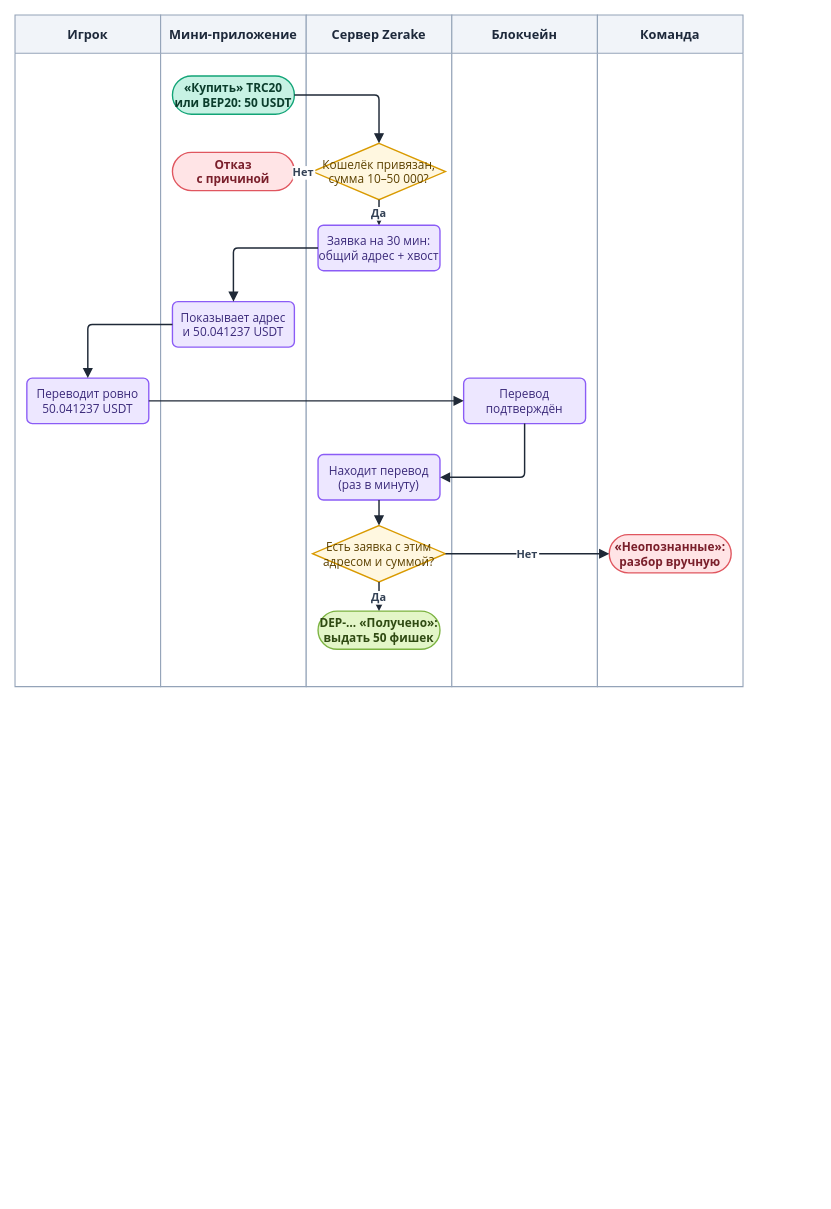
Before: diagrams/drawio/deposit-request.drawio in LILSUFFER/zerake-docs, a draw.io diagram. Source tidied: cells renumbered, new cells numbered last; positions are measured from the earlier drawing's top-left corner, leaving out a move shared by most shapes. Both pictures are drawn from the tidied source at 91%, with x=0, y=0 at pixel (15, 15).
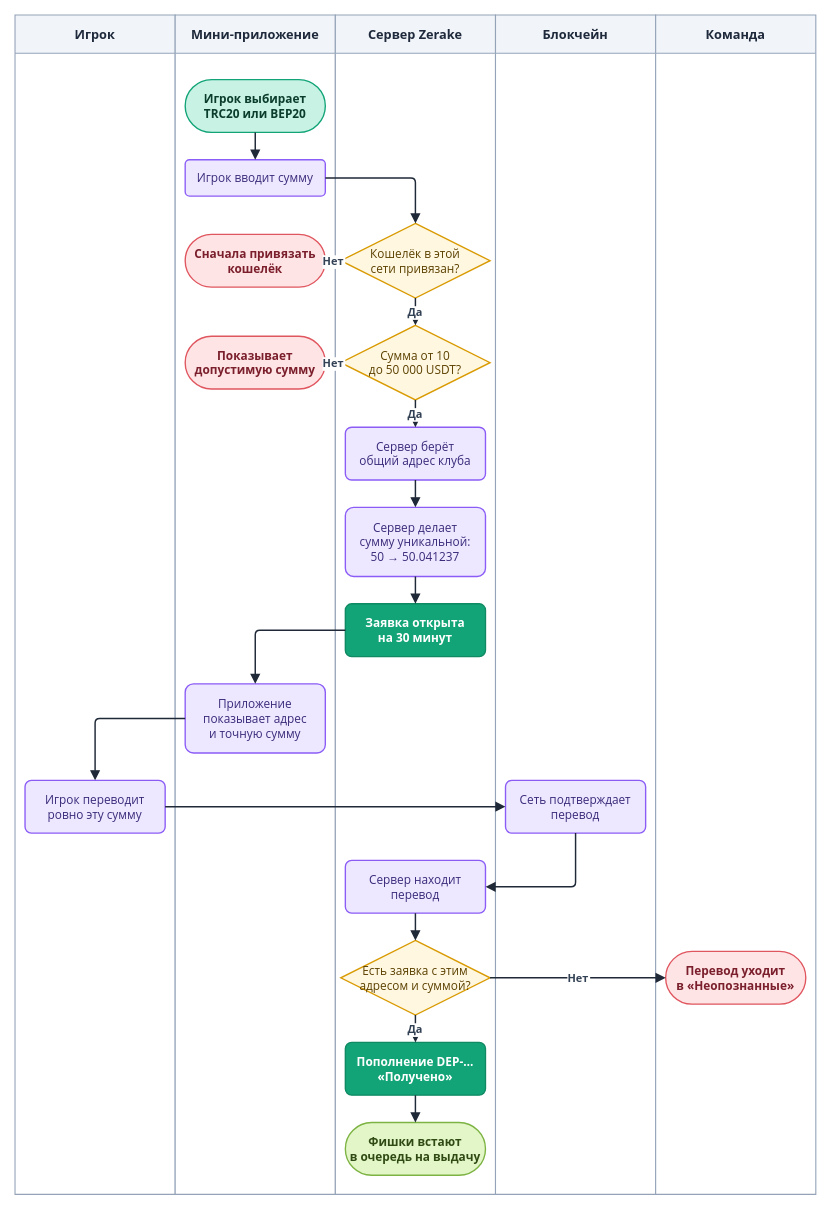
The same page after the edit.

What changed in the source:
```diff
@@
     <mxCell id="2" value="Игрок" style="swimlane;horizontal=1;startSize=42;fillColor=#F1F4F9;swimlaneFillColor=#FFFFFF;strokeColor=#94A3B8;fontColor=#1E293B;fontStyle=1;fontSize=14;fontFamily=Segoe UI;strokeWidth=1.2;" parent="1" vertex="1">
-      <mxGeometry width="160" height="738" as="geometry" />
+      <mxGeometry width="176" height="1296" as="geometry" />
     </mxCell>
     <mxCell id="3" value="Мини-приложение" style="swimlane;horizontal=1;startSize=42;fillColor=#F1F4F9;swimlaneFillColor=#FFFFFF;strokeColor=#94A3B8;fontColor=#1E293B;fontStyle=1;fontSize=14;fontFamily=Segoe UI;strokeWidth=1.2;" parent="1" vertex="1">
-      <mxGeometry x="160" width="160" height="738" as="geometry" />
+      <mxGeometry x="176" width="176" height="1296" as="geometry" />
     </mxCell>
     <mxCell id="4" value="Сервер Zerake" style="swimlane;horizontal=1;startSize=42;fillColor=#F1F4F9;swimlaneFillColor=#FFFFFF;strokeColor=#94A3B8;fontColor=#1E293B;fontStyle=1;fontSize=14;fontFamily=Segoe UI;strokeWidth=1.2;" parent="1" vertex="1">
-      <mxGeometry x="320" width="160" height="738" as="geometry" />
+      <mxGeometry x="352" width="176" height="1296" as="geometry" />
     </mxCell>
     <mxCell id="5" value="Блокчейн" style="swimlane;horizontal=1;startSize=42;fillColor=#F1F4F9;swimlaneFillColor=#FFFFFF;strokeColor=#94A3B8;fontColor=#1E293B;fontStyle=1;fontSize=14;fontFamily=Segoe UI;strokeWidth=1.2;" parent="1" vertex="1">
-      <mxGeometry x="480" width="160" height="738" as="geometry" />
+      <mxGeometry x="528" width="176" height="1296" as="geometry" />
     </mxCell>
     <mxCell id="6" value="Команда" style="swimlane;horizontal=1;startSize=42;fillColor=#F1F4F9;swimlaneFillColor=#FFFFFF;strokeColor=#94A3B8;fontColor=#1E293B;fontStyle=1;fontSize=14;fontFamily=Segoe UI;strokeWidth=1.2;" parent="1" vertex="1">
-      <mxGeometry x="640" width="160" height="738" as="geometry" />
+      <mxGeometry x="704" width="176" height="1296" as="geometry" />
     </mxCell>
-    <mxCell id="7" value="«Купить» TRC20&#10;или BEP20: 50 USDT" style="rounded=1;arcSize=50;html=0;fontStyle=1;fillColor=#C7F2E4;strokeColor=#12A477;fontColor=#0B3D2C;fontFamily=Segoe UI;fontSize=13;strokeWidth=1.5;" parent="1" vertex="1">
-      <mxGeometry x="173" y="67" width="134" height="42" as="geometry" />
+    <mxCell id="7" value="Игрок выбирает&#10;TRC20 или BEP20" style="rounded=1;arcSize=50;html=0;fontStyle=1;fillColor=#C7F2E4;strokeColor=#12A477;fontColor=#0B3D2C;fontFamily=Segoe UI;fontSize=13;strokeWidth=1.5;" parent="1" vertex="1">
+      <mxGeometry x="187" y="71" width="154" height="58" as="geometry" />
     </mxCell>
-    <mxCell id="8" value="Кошелёк привязан,&#10;сумма 10–50 000?" style="rhombus;html=0;fillColor=#FFF7E0;strokeColor=#D99A00;fontColor=#5C4100;fontFamily=Segoe UI;fontSize=13;strokeWidth=1.5;" parent="1" vertex="1">
-      <mxGeometry x="327" y="141" width="146" height="62" as="geometry" />
-    </mxCell>
-    <mxCell id="9" value="Отказ&#10;с причиной" style="rounded=1;arcSize=50;html=0;fontStyle=1;fillColor=#FFE4E6;strokeColor=#E0565F;fontColor=#7A1F2B;fontFamily=Segoe UI;fontSize=13;strokeWidth=1.5;" parent="1" vertex="1">
-      <mxGeometry x="173" y="151" width="134" height="42" as="geometry" />
-    </mxCell>
+    <mxCell id="28" value="Игрок вводит сумму" style="rounded=1;arcSize=12;html=0;fillColor=#EDE7FF;strokeColor=#8B5CF6;fontColor=#3B2A7A;fontFamily=Segoe UI;fontSize=13;strokeWidth=1.5;" parent="1" vertex="1">
+      <mxGeometry x="187" y="159" width="154" height="40" as="geometry" />
+    </mxCell>
+    <mxCell id="29" value="Кошелёк в этой&#10;сети привязан?" style="rhombus;html=0;fillColor=#FFF7E0;strokeColor=#D99A00;fontColor=#5C4100;fontFamily=Segoe UI;fontSize=13;strokeWidth=1.5;" parent="1" vertex="1">
+      <mxGeometry x="358" y="229" width="164" height="82" as="geometry" />
+    </mxCell>
+    <mxCell id="30" value="Сначала привязать&#10;кошелёк" style="rounded=1;arcSize=50;html=0;fontStyle=1;fillColor=#FFE4E6;strokeColor=#E0565F;fontColor=#7A1F2B;fontFamily=Segoe UI;fontSize=13;strokeWidth=1.5;" parent="1" vertex="1">
+      <mxGeometry x="187" y="241" width="154" height="58" as="geometry" />
+    </mxCell>
+    <mxCell id="31" value="Сумма от 10&#10;до 50 000 USDT?" style="rhombus;html=0;fillColor=#FFF7E0;strokeColor=#D99A00;fontColor=#5C4100;fontFamily=Segoe UI;fontSize=13;strokeWidth=1.5;" parent="1" vertex="1">
+      <mxGeometry x="358" y="341" width="164" height="82" as="geometry" />
+    </mxCell>
+    <mxCell id="32" value="Показывает&#10;допустимую сумму" style="rounded=1;arcSize=50;html=0;fontStyle=1;fillColor=#FFE4E6;strokeColor=#E0565F;fontColor=#7A1F2B;fontFamily=Segoe UI;fontSize=13;strokeWidth=1.5;" parent="1" vertex="1">
+      <mxGeometry x="187" y="353" width="154" height="58" as="geometry" />
+    </mxCell>
+    <mxCell id="33" value="Сервер берёт&#10;общий адрес клуба" style="rounded=1;arcSize=12;html=0;fillColor=#EDE7FF;strokeColor=#8B5CF6;fontColor=#3B2A7A;fontFamily=Segoe UI;fontSize=13;strokeWidth=1.5;" parent="1" vertex="1">
+      <mxGeometry x="363" y="453" width="154" height="58" as="geometry" />
+    </mxCell>
+    <mxCell id="34" value="Сервер делает&#10;сумму уникальной:&#10;50 → 50.041237" style="rounded=1;arcSize=12;html=0;fillColor=#EDE7FF;strokeColor=#8B5CF6;fontColor=#3B2A7A;fontFamily=Segoe UI;fontSize=13;strokeWidth=1.5;" parent="1" vertex="1">
+      <mxGeometry x="363" y="541" width="154" height="76" as="geometry" />
+    </mxCell>
-    <mxCell id="10" value="Заявка на 30 мин:&#10;общий адрес + хвост" style="rounded=1;arcSize=12;html=0;fillColor=#EDE7FF;strokeColor=#8B5CF6;fontColor=#3B2A7A;fontFamily=Segoe UI;fontSize=13;strokeWidth=1.5;" parent="1" vertex="1">
-      <mxGeometry x="333" y="231" width="134" height="50" as="geometry" />
+    <mxCell id="10" value="Заявка открыта&#10;на 30 минут" style="rounded=1;arcSize=12;html=0;fillColor=#12A477;strokeColor=#0F8A63;fontColor=#FFFFFF;fontStyle=1;fontFamily=Segoe UI;fontSize=13;strokeWidth=1.5;" parent="1" vertex="1">
+      <mxGeometry x="363" y="647" width="154" height="58" as="geometry" />
     </mxCell>
-    <mxCell id="11" value="Показывает адрес&#10;и 50.041237 USDT" style="rounded=1;arcSize=12;html=0;fillColor=#EDE7FF;strokeColor=#8B5CF6;fontColor=#3B2A7A;fontFamily=Segoe UI;fontSize=13;strokeWidth=1.5;" parent="1" vertex="1">
-      <mxGeometry x="173" y="315" width="134" height="50" as="geometry" />
+    <mxCell id="11" value="Приложение&#10;показывает адрес&#10;и точную сумму" style="rounded=1;arcSize=12;html=0;fillColor=#EDE7FF;strokeColor=#8B5CF6;fontColor=#3B2A7A;fontFamily=Segoe UI;fontSize=13;strokeWidth=1.5;" parent="1" vertex="1">
+      <mxGeometry x="187" y="735" width="154" height="76" as="geometry" />
     </mxCell>
-    <mxCell id="12" value="Переводит ровно&#10;50.041237 USDT" style="rounded=1;arcSize=12;html=0;fillColor=#EDE7FF;strokeColor=#8B5CF6;fontColor=#3B2A7A;fontFamily=Segoe UI;fontSize=13;strokeWidth=1.5;" parent="1" vertex="1">
-      <mxGeometry x="13" y="399" width="134" height="50" as="geometry" />
+    <mxCell id="12" value="Игрок переводит&#10;ровно эту сумму" style="rounded=1;arcSize=12;html=0;fillColor=#EDE7FF;strokeColor=#8B5CF6;fontColor=#3B2A7A;fontFamily=Segoe UI;fontSize=13;strokeWidth=1.5;" parent="1" vertex="1">
+      <mxGeometry x="11" y="841" width="154" height="58" as="geometry" />
     </mxCell>
-    <mxCell id="13" value="Перевод&#10;подтверждён" style="rounded=1;arcSize=12;html=0;fillColor=#EDE7FF;strokeColor=#8B5CF6;fontColor=#3B2A7A;fontFamily=Segoe UI;fontSize=13;strokeWidth=1.5;" parent="1" vertex="1">
-      <mxGeometry x="493" y="399" width="134" height="50" as="geometry" />
+    <mxCell id="13" value="Сеть подтверждает&#10;перевод" style="rounded=1;arcSize=12;html=0;fillColor=#EDE7FF;strokeColor=#8B5CF6;fontColor=#3B2A7A;fontFamily=Segoe UI;fontSize=13;strokeWidth=1.5;" parent="1" vertex="1">
+      <mxGeometry x="539" y="841" width="154" height="58" as="geometry" />
     </mxCell>
-    <mxCell id="14" value="Находит перевод&#10;(раз в минуту)" style="rounded=1;arcSize=12;html=0;fillColor=#EDE7FF;strokeColor=#8B5CF6;fontColor=#3B2A7A;fontFamily=Segoe UI;fontSize=13;strokeWidth=1.5;" parent="1" vertex="1">
-      <mxGeometry x="333" y="483" width="134" height="50" as="geometry" />
+    <mxCell id="14" value="Сервер находит&#10;перевод" style="rounded=1;arcSize=12;html=0;fillColor=#EDE7FF;strokeColor=#8B5CF6;fontColor=#3B2A7A;fontFamily=Segoe UI;fontSize=13;strokeWidth=1.5;" parent="1" vertex="1">
+      <mxGeometry x="363" y="929" width="154" height="58" as="geometry" />
     </mxCell>
     <mxCell id="15" value="Есть заявка с этим&#10;адресом и суммой?" style="rhombus;html=0;fillColor=#FFF7E0;strokeColor=#D99A00;fontColor=#5C4100;fontFamily=Segoe UI;fontSize=13;strokeWidth=1.5;" parent="1" vertex="1">
-      <mxGeometry x="327" y="561" width="146" height="62" as="geometry" />
+      <mxGeometry x="358" y="1017" width="164" height="82" as="geometry" />
     </mxCell>
-    <mxCell id="16" value="«Неопознанные»:&#10;разбор вручную" style="rounded=1;arcSize=50;html=0;fontStyle=1;fillColor=#FFE4E6;strokeColor=#E0565F;fontColor=#7A1F2B;fontFamily=Segoe UI;fontSize=13;strokeWidth=1.5;" parent="1" vertex="1">
-      <mxGeometry x="653" y="571" width="134" height="42" as="geometry" />
+    <mxCell id="16" value="Перевод уходит&#10;в «Неопознанные»" style="rounded=1;arcSize=50;html=0;fontStyle=1;fillColor=#FFE4E6;strokeColor=#E0565F;fontColor=#7A1F2B;fontFamily=Segoe UI;fontSize=13;strokeWidth=1.5;" parent="1" vertex="1">
+      <mxGeometry x="715" y="1029" width="154" height="58" as="geometry" />
     </mxCell>
+    <mxCell id="35" value="Пополнение DEP-…&#10;«Получено»" style="rounded=1;arcSize=12;html=0;fillColor=#12A477;strokeColor=#0F8A63;fontColor=#FFFFFF;fontStyle=1;fontFamily=Segoe UI;fontSize=13;strokeWidth=1.5;" parent="1" vertex="1">
+      <mxGeometry x="363" y="1129" width="154" height="58" as="geometry" />
+    </mxCell>
-    <mxCell id="17" value="DEP-… «Получено»:&#10;выдать 50 фишек" style="rounded=1;arcSize=50;html=0;fontStyle=1;fillColor=#E3F6C8;strokeColor=#7CB342;fontColor=#2F4A12;fontFamily=Segoe UI;fontSize=13;strokeWidth=1.5;" parent="1" vertex="1">
-      <mxGeometry x="333" y="655" width="134" height="42" as="geometry" />
+    <mxCell id="17" value="Фишки встают&#10;в очередь на выдачу" style="rounded=1;arcSize=50;html=0;fontStyle=1;fillColor=#E3F6C8;strokeColor=#7CB342;fontColor=#2F4A12;fontFamily=Segoe UI;fontSize=13;strokeWidth=1.5;" parent="1" vertex="1">
+      <mxGeometry x="363" y="1217" width="154" height="58" as="geometry" />
     </mxCell>
-    <mxCell id="18" style="edgeStyle=orthogonalEdgeStyle;rounded=1;arcSize=10;jettySize=auto;html=0;strokeColor=#1F2937;strokeWidth=1.6;endArrow=block;endFill=1;endSize=7;fontFamily=Segoe UI;fontSize=12;fontStyle=1;fontColor=#334155;labelBackgroundColor=#FFFFFF;" parent="1" edge="1" source="7" target="8">
+    <mxCell id="18" style="edgeStyle=orthogonalEdgeStyle;rounded=1;arcSize=10;jettySize=auto;html=0;strokeColor=#1F2937;strokeWidth=1.6;endArrow=block;endFill=1;endSize=7;fontFamily=Segoe UI;fontSize=12;fontStyle=1;fontColor=#334155;labelBackgroundColor=#FFFFFF;" parent="1" edge="1" source="7" target="28">
       <mxGeometry relative="1" as="geometry" />
     </mxCell>
-    <mxCell id="19" value="Нет" style="edgeStyle=orthogonalEdgeStyle;rounded=1;arcSize=10;jettySize=auto;html=0;strokeColor=#1F2937;strokeWidth=1.6;endArrow=block;endFill=1;endSize=7;fontFamily=Segoe UI;fontSize=12;fontStyle=1;fontColor=#334155;labelBackgroundColor=#FFFFFF;" parent="1" edge="1" source="8" target="9">
+    <mxCell id="19" style="edgeStyle=orthogonalEdgeStyle;rounded=1;arcSize=10;jettySize=auto;html=0;strokeColor=#1F2937;strokeWidth=1.6;endArrow=block;endFill=1;endSize=7;fontFamily=Segoe UI;fontSize=12;fontStyle=1;fontColor=#334155;labelBackgroundColor=#FFFFFF;" parent="1" edge="1" source="28" target="29">
       <mxGeometry relative="1" as="geometry" />
     </mxCell>
-    <mxCell id="20" value="Да" style="edgeStyle=orthogonalEdgeStyle;rounded=1;arcSize=10;jettySize=auto;html=0;strokeColor=#1F2937;strokeWidth=1.6;endArrow=block;endFill=1;endSize=7;fontFamily=Segoe UI;fontSize=12;fontStyle=1;fontColor=#334155;labelBackgroundColor=#FFFFFF;" parent="1" edge="1" source="8" target="10">
+    <mxCell id="20" value="Нет" style="edgeStyle=orthogonalEdgeStyle;rounded=1;arcSize=10;jettySize=auto;html=0;strokeColor=#1F2937;strokeWidth=1.6;endArrow=block;endFill=1;endSize=7;fontFamily=Segoe UI;fontSize=12;fontStyle=1;fontColor=#334155;labelBackgroundColor=#FFFFFF;" parent="1" edge="1" source="29" target="30">
       <mxGeometry relative="1" as="geometry" />
     </mxCell>
-    <mxCell id="21" style="edgeStyle=orthogonalEdgeStyle;rounded=1;arcSize=10;jettySize=auto;html=0;strokeColor=#1F2937;strokeWidth=1.6;endArrow=block;endFill=1;endSize=7;fontFamily=Segoe UI;fontSize=12;fontStyle=1;fontColor=#334155;labelBackgroundColor=#FFFFFF;exitX=0;exitY=0.5;entryX=0.5;entryY=0;" parent="1" edge="1" source="10" target="11">
+    <mxCell id="21" value="Да" style="edgeStyle=orthogonalEdgeStyle;rounded=1;arcSize=10;jettySize=auto;html=0;strokeColor=#1F2937;strokeWidth=1.6;endArrow=block;endFill=1;endSize=7;fontFamily=Segoe UI;fontSize=12;fontStyle=1;fontColor=#334155;labelBackgroundColor=#FFFFFF;" parent="1" edge="1" source="29" target="31">
       <mxGeometry relative="1" as="geometry" />
     </mxCell>
-    <mxCell id="22" style="edgeStyle=orthogonalEdgeStyle;rounded=1;arcSize=10;jettySize=auto;html=0;strokeColor=#1F2937;strokeWidth=1.6;endArrow=block;endFill=1;endSize=7;fontFamily=Segoe UI;fontSize=12;fontStyle=1;fontColor=#334155;labelBackgroundColor=#FFFFFF;exitX=0;exitY=0.5;entryX=0.5;entryY=0;" parent="1" edge="1" source="11" target="12">
+    <mxCell id="22" value="Нет" style="edgeStyle=orthogonalEdgeStyle;rounded=1;arcSize=10;jettySize=auto;html=0;strokeColor=#1F2937;strokeWidth=1.6;endArrow=block;endFill=1;endSize=7;fontFamily=Segoe UI;fontSize=12;fontStyle=1;fontColor=#334155;labelBackgroundColor=#FFFFFF;" parent="1" edge="1" source="31" target="32">
       <mxGeometry relative="1" as="geometry" />
     </mxCell>
-    <mxCell id="23" style="edgeStyle=orthogonalEdgeStyle;rounded=1;arcSize=10;jettySize=auto;html=0;strokeColor=#1F2937;strokeWidth=1.6;endArrow=block;endFill=1;endSize=7;fontFamily=Segoe UI;fontSize=12;fontStyle=1;fontColor=#334155;labelBackgroundColor=#FFFFFF;" parent="1" edge="1" source="12" target="13">
+    <mxCell id="23" value="Да" style="edgeStyle=orthogonalEdgeStyle;rounded=1;arcSize=10;jettySize=auto;html=0;strokeColor=#1F2937;strokeWidth=1.6;endArrow=block;endFill=1;endSize=7;fontFamily=Segoe UI;fontSize=12;fontStyle=1;fontColor=#334155;labelBackgroundColor=#FFFFFF;" parent="1" edge="1" source="31" target="33">
       <mxGeometry relative="1" as="geometry" />
     </mxCell>
-    <mxCell id="24" style="edgeStyle=orthogonalEdgeStyle;rounded=1;arcSize=10;jettySize=auto;html=0;strokeColor=#1F2937;strokeWidth=1.6;endArrow=block;endFill=1;endSize=7;fontFamily=Segoe UI;fontSize=12;fontStyle=1;fontColor=#334155;labelBackgroundColor=#FFFFFF;exitX=0.5;exitY=1;entryX=1;entryY=0.5;" parent="1" edge="1" source="13" target="14">
+    <mxCell id="24" style="edgeStyle=orthogonalEdgeStyle;rounded=1;arcSize=10;jettySize=auto;html=0;strokeColor=#1F2937;strokeWidth=1.6;endArrow=block;endFill=1;endSize=7;fontFamily=Segoe UI;fontSize=12;fontStyle=1;fontColor=#334155;labelBackgroundColor=#FFFFFF;" parent="1" edge="1" source="33" target="34">
       <mxGeometry relative="1" as="geometry" />
     </mxCell>
-    <mxCell id="25" style="edgeStyle=orthogonalEdgeStyle;rounded=1;arcSize=10;jettySize=auto;html=0;strokeColor=#1F2937;strokeWidth=1.6;endArrow=block;endFill=1;endSize=7;fontFamily=Segoe UI;fontSize=12;fontStyle=1;fontColor=#334155;labelBackgroundColor=#FFFFFF;" parent="1" edge="1" source="14" target="15">
+    <mxCell id="25" style="edgeStyle=orthogonalEdgeStyle;rounded=1;arcSize=10;jettySize=auto;html=0;strokeColor=#1F2937;strokeWidth=1.6;endArrow=block;endFill=1;endSize=7;fontFamily=Segoe UI;fontSize=12;fontStyle=1;fontColor=#334155;labelBackgroundColor=#FFFFFF;" parent="1" edge="1" source="34" target="10">
       <mxGeometry relative="1" as="geometry" />
     </mxCell>
-    <mxCell id="26" value="Нет" style="edgeStyle=orthogonalEdgeStyle;rounded=1;arcSize=10;jettySize=auto;html=0;strokeColor=#1F2937;strokeWidth=1.6;endArrow=block;endFill=1;endSize=7;fontFamily=Segoe UI;fontSize=12;fontStyle=1;fontColor=#334155;labelBackgroundColor=#FFFFFF;" parent="1" edge="1" source="15" target="16">
+    <mxCell id="26" style="edgeStyle=orthogonalEdgeStyle;rounded=1;arcSize=10;jettySize=auto;html=0;strokeColor=#1F2937;strokeWidth=1.6;endArrow=block;endFill=1;endSize=7;fontFamily=Segoe UI;fontSize=12;fontStyle=1;fontColor=#334155;labelBackgroundColor=#FFFFFF;exitX=0;exitY=0.5;entryX=0.5;entryY=0;" parent="1" edge="1" source="10" target="11">
       <mxGeometry relative="1" as="geometry" />
     </mxCell>
-    <mxCell id="27" value="Да" style="edgeStyle=orthogonalEdgeStyle;rounded=1;arcSize=10;jettySize=auto;html=0;strokeColor=#1F2937;strokeWidth=1.6;endArrow=block;endFill=1;endSize=7;fontFamily=Segoe UI;fontSize=12;fontStyle=1;fontColor=#334155;labelBackgroundColor=#FFFFFF;" parent="1" edge="1" source="15" target="17">
+    <mxCell id="27" style="edgeStyle=orthogonalEdgeStyle;rounded=1;arcSize=10;jettySize=auto;html=0;strokeColor=#1F2937;strokeWidth=1.6;endArrow=block;endFill=1;endSize=7;fontFamily=Segoe UI;fontSize=12;fontStyle=1;fontColor=#334155;labelBackgroundColor=#FFFFFF;exitX=0;exitY=0.5;entryX=0.5;entryY=0;" parent="1" edge="1" source="11" target="12">
       <mxGeometry relative="1" as="geometry" />
     </mxCell>
+    <mxCell id="36" style="edgeStyle=orthogonalEdgeStyle;rounded=1;arcSize=10;jettySize=auto;html=0;strokeColor=#1F2937;strokeWidth=1.6;endArrow=block;endFill=1;endSize=7;fontFamily=Segoe UI;fontSize=12;fontStyle=1;fontColor=#334155;labelBackgroundColor=#FFFFFF;" parent="1" edge="1" source="12" target="13">
+      <mxGeometry relative="1" as="geometry" />
+    </mxCell>
+    <mxCell id="37" style="edgeStyle=orthogonalEdgeStyle;rounded=1;arcSize=10;jettySize=auto;html=0;strokeColor=#1F2937;strokeWidth=1.6;endArrow=block;endFill=1;endSize=7;fontFamily=Segoe UI;fontSize=12;fontStyle=1;fontColor=#334155;labelBackgroundColor=#FFFFFF;exitX=0.5;exitY=1;entryX=1;entryY=0.5;" parent="1" edge="1" source="13" target="14">
+      <mxGeometry relative="1" as="geometry" />
+    </mxCell>
+    <mxCell id="38" style="edgeStyle=orthogonalEdgeStyle;rounded=1;arcSize=10;jettySize=auto;html=0;strokeColor=#1F2937;strokeWidth=1.6;endArrow=block;endFill=1;endSize=7;fontFamily=Segoe UI;fontSize=12;fontStyle=1;fontColor=#334155;labelBackgroundColor=#FFFFFF;" parent="1" edge="1" source="14" target="15">
+      <mxGeometry relative="1" as="geometry" />
+    </mxCell>
+    <mxCell id="39" value="Нет" style="edgeStyle=orthogonalEdgeStyle;rounded=1;arcSize=10;jettySize=auto;html=0;strokeColor=#1F2937;strokeWidth=1.6;endArrow=block;endFill=1;endSize=7;fontFamily=Segoe UI;fontSize=12;fontStyle=1;fontColor=#334155;labelBackgroundColor=#FFFFFF;" parent="1" edge="1" source="15" target="16">
+      <mxGeometry relative="1" as="geometry" />
+    </mxCell>
+    <mxCell id="40" value="Да" style="edgeStyle=orthogonalEdgeStyle;rounded=1;arcSize=10;jettySize=auto;html=0;strokeColor=#1F2937;strokeWidth=1.6;endArrow=block;endFill=1;endSize=7;fontFamily=Segoe UI;fontSize=12;fontStyle=1;fontColor=#334155;labelBackgroundColor=#FFFFFF;" parent="1" edge="1" source="15" target="35">
+      <mxGeometry relative="1" as="geometry" />
+    </mxCell>
+    <mxCell id="41" style="edgeStyle=orthogonalEdgeStyle;rounded=1;arcSize=10;jettySize=auto;html=0;strokeColor=#1F2937;strokeWidth=1.6;endArrow=block;endFill=1;endSize=7;fontFamily=Segoe UI;fontSize=12;fontStyle=1;fontColor=#334155;labelBackgroundColor=#FFFFFF;" parent="1" edge="1" source="35" target="17">
+      <mxGeometry relative="1" as="geometry" />
+    </mxCell>
```
